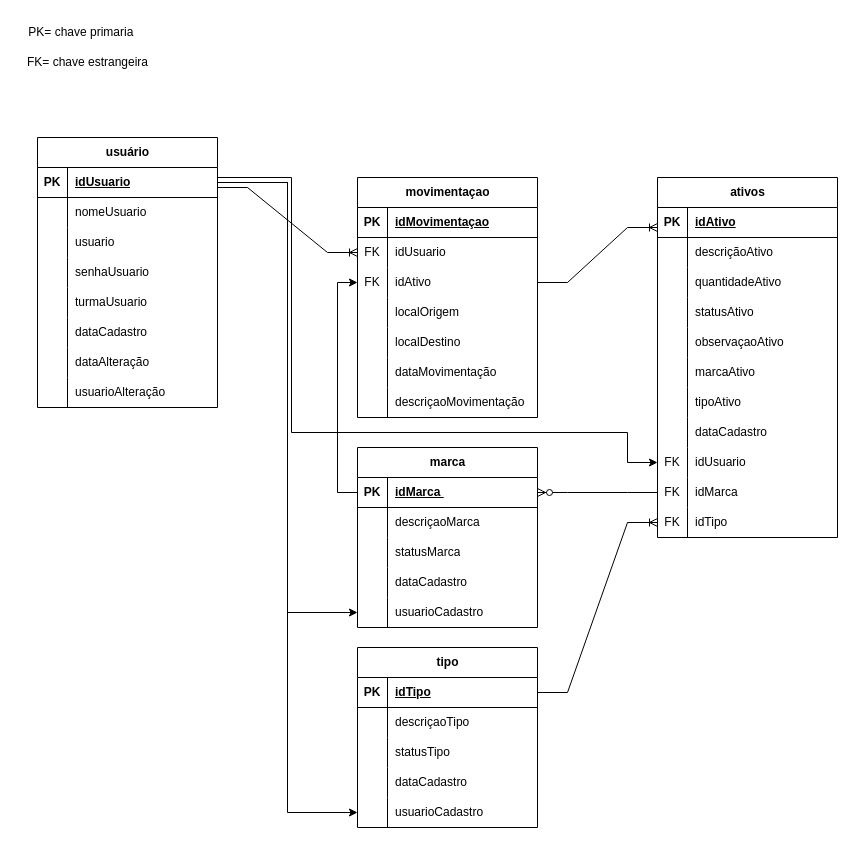
The draw.io diagram fluxogramas/ER_banco de dados (1).drawio in Samuel-Goulart/cadastro.ativos, before the edit. Source tidied: cells renumbered, new cells numbered last; positions are measured from the earlier drawing's top-left corner, leaving out a move shared by most shapes. Both pictures are drawn from the tidied source at 100%, with x=0, y=0 at pixel (17, 17).
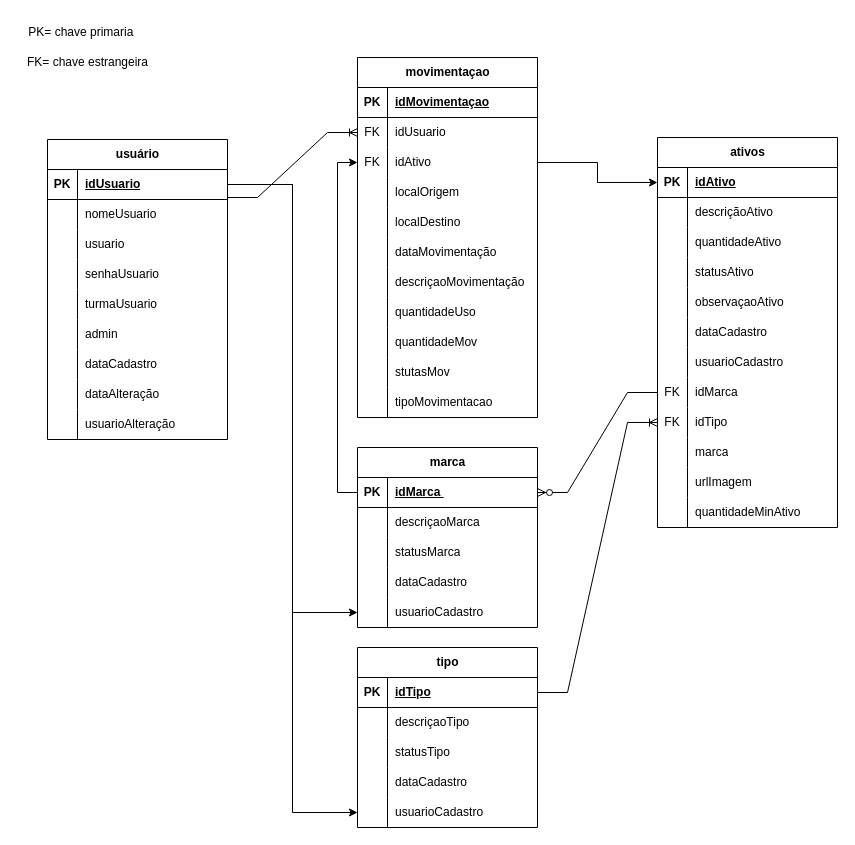
The same diagram, later.

Unchanged cells that the change refers to:
```xml
<mxCell id="3" style="shape=tableRow;horizontal=0;startSize=0;swimlaneHead=0;swimlaneBody=0;fillColor=none;points=[[0,0.5],[1,0.5]];portConstraint=eastwest;top=0;left=0;right=0;bottom=1;" parent="2" vertex="1">
  <mxGeometry y="30" width="180" height="30" as="geometry" />
</mxCell>
<mxCell id="28" style="shape=tableRow;horizontal=0;startSize=0;swimlaneHead=0;swimlaneBody=0;fillColor=none;points=[[0,0.5],[1,0.5]];portConstraint=eastwest;top=0;left=0;right=0;bottom=1;" parent="27" vertex="1">
  <mxGeometry y="30" width="180" height="30" as="geometry" />
</mxCell>
<mxCell id="78" style="shape=tableRow;horizontal=0;startSize=0;swimlaneHead=0;swimlaneBody=0;fillColor=none;points=[[0,0.5],[1,0.5]];portConstraint=eastwest;top=0;left=0;right=0;bottom=1;" parent="77" vertex="1">
  <mxGeometry y="30" width="180" height="30" as="geometry" />
</mxCell>
<mxCell id="97" style="shape=tableRow;horizontal=0;startSize=0;swimlaneHead=0;swimlaneBody=0;fillColor=none;points=[[0,0.5],[1,0.5]];portConstraint=eastwest;top=0;left=0;right=0;bottom=0;" parent="93" vertex="1">
  <mxGeometry y="60" width="180" height="30" as="geometry" />
</mxCell>
<mxCell id="100" style="shape=tableRow;horizontal=0;startSize=0;swimlaneHead=0;swimlaneBody=0;fillColor=none;points=[[0,0.5],[1,0.5]];portConstraint=eastwest;top=0;left=0;right=0;bottom=0;" parent="93" vertex="1">
  <mxGeometry y="90" width="180" height="30" as="geometry" />
</mxCell>
```

What changed in the source:
```diff
@@
     <mxCell id="2" value="usuário" style="shape=table;startSize=30;childLayout=tableLayout;rowLines=0;fontStyle=1;align=center;html=1;" parent="1" vertex="1">
-      <mxGeometry x="20" y="120" width="180" height="270" as="geometry" />
+      <mxGeometry x="30" y="122" width="180" height="300" as="geometry" />
     </mxCell>
@@
+    <mxCell id="125" style="shape=tableRow;horizontal=0;startSize=0;swimlaneHead=0;swimlaneBody=0;fillColor=none;top=0;left=0;right=0;bottom=0;" parent="2" vertex="1">
+      <mxGeometry y="150" width="180" height="30" as="geometry" />
+    </mxCell>
+    <mxCell id="126" style="shape=partialRectangle;fillColor=none;top=0;left=0;bottom=0;right=0;overflow=hidden;whiteSpace=wrap;html=1;" parent="125" vertex="1">
+      <mxGeometry width="30" height="30" as="geometry" />
+    </mxCell>
+    <mxCell id="127" value="turmaUsuario&amp;nbsp;" style="shape=partialRectangle;fillColor=none;top=0;left=0;bottom=0;right=0;align=left;spacingLeft=6;overflow=hidden;whiteSpace=wrap;html=1;" parent="125" vertex="1">
+      <mxGeometry x="30" width="150" height="30" as="geometry" />
+    </mxCell>
     <mxCell id="15" style="shape=tableRow;horizontal=0;startSize=0;swimlaneHead=0;swimlaneBody=0;fillColor=none;top=0;left=0;right=0;bottom=0;" parent="2" vertex="1">
-      <mxGeometry y="150" width="180" height="30" as="geometry" />
+      <mxGeometry y="180" width="180" height="30" as="geometry" />
     </mxCell>
@@
-    <mxCell id="17" value="turmaUsuario&amp;nbsp;" style="shape=partialRectangle;fillColor=none;top=0;left=0;bottom=0;right=0;align=left;spacingLeft=6;overflow=hidden;whiteSpace=wrap;html=1;" parent="15" vertex="1">
+    <mxCell id="17" value="admin" style="shape=partialRectangle;fillColor=none;top=0;left=0;bottom=0;right=0;align=left;spacingLeft=6;overflow=hidden;whiteSpace=wrap;html=1;" parent="15" vertex="1">
       <mxGeometry x="30" width="150" height="30" as="geometry" />
     </mxCell>
     <mxCell id="18" style="shape=tableRow;horizontal=0;startSize=0;swimlaneHead=0;swimlaneBody=0;fillColor=none;top=0;left=0;right=0;bottom=0;" parent="2" vertex="1">
-      <mxGeometry y="180" width="180" height="30" as="geometry" />
+      <mxGeometry y="210" width="180" height="30" as="geometry" />
     </mxCell>
@@
     <mxCell id="21" style="shape=tableRow;horizontal=0;startSize=0;swimlaneHead=0;swimlaneBody=0;fillColor=none;top=0;left=0;right=0;bottom=0;" parent="2" vertex="1">
-      <mxGeometry y="210" width="180" height="30" as="geometry" />
+      <mxGeometry y="240" width="180" height="30" as="geometry" />
     </mxCell>
@@
     <mxCell id="24" style="shape=tableRow;horizontal=0;startSize=0;swimlaneHead=0;swimlaneBody=0;fillColor=none;top=0;left=0;right=0;bottom=0;" parent="2" vertex="1">
-      <mxGeometry y="240" width="180" height="30" as="geometry" />
+      <mxGeometry y="270" width="180" height="30" as="geometry" />
     </mxCell>
@@
     <mxCell id="27" value="ativos" style="shape=table;startSize=30;childLayout=tableLayout;rowLines=0;fontStyle=1;align=center;html=1;" parent="1" vertex="1">
-      <mxGeometry x="640" y="160" width="180" height="360" as="geometry" />
+      <mxGeometry x="640" y="120" width="180" height="390" as="geometry" />
     </mxCell>
@@
+    <mxCell id="128" style="shape=tableRow;horizontal=0;startSize=0;swimlaneHead=0;swimlaneBody=0;fillColor=none;top=0;left=0;right=0;bottom=0;" parent="27" vertex="1">
+      <mxGeometry y="180" width="180" height="30" as="geometry" />
+    </mxCell>
+    <mxCell id="129" style="shape=partialRectangle;fillColor=none;top=0;left=0;bottom=0;right=0;overflow=hidden;whiteSpace=wrap;html=1;" parent="128" vertex="1">
+      <mxGeometry width="30" height="30" as="geometry" />
+    </mxCell>
+    <mxCell id="130" value="dataCadastro" style="shape=partialRectangle;fillColor=none;top=0;left=0;bottom=0;right=0;align=left;spacingLeft=6;overflow=hidden;whiteSpace=wrap;html=1;" parent="128" vertex="1">
+      <mxGeometry x="30" width="150" height="30" as="geometry" />
+    </mxCell>
+    <mxCell id="131" style="shape=tableRow;horizontal=0;startSize=0;swimlaneHead=0;swimlaneBody=0;fillColor=none;top=0;left=0;right=0;bottom=0;" parent="27" vertex="1">
+      <mxGeometry y="210" width="180" height="30" as="geometry" />
+    </mxCell>
+    <mxCell id="132" style="shape=partialRectangle;fillColor=none;top=0;left=0;bottom=0;right=0;overflow=hidden;whiteSpace=wrap;html=1;" parent="131" vertex="1">
+      <mxGeometry width="30" height="30" as="geometry" />
+    </mxCell>
+    <mxCell id="133" value="usuarioCadastro" style="shape=partialRectangle;fillColor=none;top=0;left=0;bottom=0;right=0;align=left;spacingLeft=6;overflow=hidden;whiteSpace=wrap;html=1;" parent="131" vertex="1">
+      <mxGeometry x="30" width="150" height="30" as="geometry" />
+    </mxCell>
+    <mxCell id="55" style="shape=tableRow;horizontal=0;startSize=0;swimlaneHead=0;swimlaneBody=0;fillColor=none;points=[[0,0.5],[1,0.5]];portConstraint=eastwest;top=0;left=0;right=0;bottom=0;" parent="27" vertex="1">
+      <mxGeometry y="240" width="180" height="30" as="geometry" />
+    </mxCell>
+    <mxCell id="56" value="FK" style="shape=partialRectangle;fillColor=none;top=0;left=0;bottom=0;right=0;overflow=hidden;whiteSpace=wrap;html=1;" parent="55" vertex="1">
+      <mxGeometry width="30" height="30" as="geometry" />
+    </mxCell>
+    <mxCell id="57" value="idMarca" style="shape=partialRectangle;fillColor=none;top=0;left=0;bottom=0;right=0;align=left;spacingLeft=6;overflow=hidden;whiteSpace=wrap;html=1;" parent="55" vertex="1">
+      <mxGeometry x="30" width="150" height="30" as="geometry" />
+    </mxCell>
+    <mxCell id="58" style="shape=tableRow;horizontal=0;startSize=0;swimlaneHead=0;swimlaneBody=0;fillColor=none;points=[[0,0.5],[1,0.5]];portConstraint=eastwest;top=0;left=0;right=0;bottom=0;" parent="27" vertex="1">
+      <mxGeometry y="270" width="180" height="30" as="geometry" />
+    </mxCell>
+    <mxCell id="59" value="FK" style="shape=partialRectangle;fillColor=none;top=0;left=0;bottom=0;right=0;overflow=hidden;whiteSpace=wrap;html=1;" parent="58" vertex="1">
+      <mxGeometry width="30" height="30" as="geometry" />
+    </mxCell>
+    <mxCell id="60" value="idTipo" style="shape=partialRectangle;fillColor=none;top=0;left=0;bottom=0;right=0;align=left;spacingLeft=6;overflow=hidden;whiteSpace=wrap;html=1;" parent="58" vertex="1">
+      <mxGeometry x="30" width="150" height="30" as="geometry" />
+    </mxCell>
     <mxCell id="43" style="shape=tableRow;horizontal=0;startSize=0;swimlaneHead=0;swimlaneBody=0;fillColor=none;top=0;left=0;right=0;bottom=0;" parent="27" vertex="1">
-      <mxGeometry y="180" width="180" height="30" as="geometry" />
+      <mxGeometry y="300" width="180" height="30" as="geometry" />
     </mxCell>
@@
-    <mxCell id="45" value="marcaAtivo" style="shape=partialRectangle;fillColor=none;top=0;left=0;bottom=0;right=0;align=left;spacingLeft=6;overflow=hidden;whiteSpace=wrap;html=1;" parent="43" vertex="1">
+    <mxCell id="45" value="marca" style="shape=partialRectangle;fillColor=none;top=0;left=0;bottom=0;right=0;align=left;spacingLeft=6;overflow=hidden;whiteSpace=wrap;html=1;" parent="43" vertex="1">
       <mxGeometry x="30" width="150" height="30" as="geometry" />
     </mxCell>
     <mxCell id="46" style="shape=tableRow;horizontal=0;startSize=0;swimlaneHead=0;swimlaneBody=0;fillColor=none;top=0;left=0;right=0;bottom=0;" parent="27" vertex="1">
-      <mxGeometry y="210" width="180" height="30" as="geometry" />
+      <mxGeometry y="330" width="180" height="30" as="geometry" />
     </mxCell>
@@
-    <mxCell id="48" value="tipoAtivo" style="shape=partialRectangle;fillColor=none;top=0;left=0;bottom=0;right=0;align=left;spacingLeft=6;overflow=hidden;whiteSpace=wrap;html=1;" parent="46" vertex="1">
+    <mxCell id="48" value="urlImagem" style="shape=partialRectangle;fillColor=none;top=0;left=0;bottom=0;right=0;align=left;spacingLeft=6;overflow=hidden;whiteSpace=wrap;html=1;" parent="46" vertex="1">
       <mxGeometry x="30" width="150" height="30" as="geometry" />
     </mxCell>
     <mxCell id="49" style="shape=tableRow;horizontal=0;startSize=0;swimlaneHead=0;swimlaneBody=0;fillColor=none;top=0;left=0;right=0;bottom=0;" parent="27" vertex="1">
-      <mxGeometry y="240" width="180" height="30" as="geometry" />
+      <mxGeometry y="360" width="180" height="30" as="geometry" />
     </mxCell>
@@
-    <mxCell id="51" value="dataCadastro" style="shape=partialRectangle;fillColor=none;top=0;left=0;bottom=0;right=0;align=left;spacingLeft=6;overflow=hidden;whiteSpace=wrap;html=1;" parent="49" vertex="1">
+    <mxCell id="51" value="quantidadeMinAtivo" style="shape=partialRectangle;fillColor=none;top=0;left=0;bottom=0;right=0;align=left;spacingLeft=6;overflow=hidden;whiteSpace=wrap;html=1;" parent="49" vertex="1">
       <mxGeometry x="30" width="150" height="30" as="geometry" />
     </mxCell>
-    <mxCell id="52" style="shape=tableRow;horizontal=0;startSize=0;swimlaneHead=0;swimlaneBody=0;fillColor=none;points=[[0,0.5],[1,0.5]];portConstraint=eastwest;top=0;left=0;right=0;bottom=0;" parent="27" vertex="1">
-      <mxGeometry y="270" width="180" height="30" as="geometry" />
-    </mxCell>
-    <mxCell id="53" value="FK" style="shape=partialRectangle;fillColor=none;top=0;left=0;bottom=0;right=0;overflow=hidden;whiteSpace=wrap;html=1;" parent="52" vertex="1">
-      <mxGeometry width="30" height="30" as="geometry" />
-    </mxCell>
-    <mxCell id="54" value="idUsuario" style="shape=partialRectangle;fillColor=none;top=0;left=0;bottom=0;right=0;align=left;spacingLeft=6;overflow=hidden;whiteSpace=wrap;html=1;" parent="52" vertex="1">
-      <mxGeometry x="30" width="150" height="30" as="geometry" />
-    </mxCell>
-    <mxCell id="55" style="shape=tableRow;horizontal=0;startSize=0;swimlaneHead=0;swimlaneBody=0;fillColor=none;points=[[0,0.5],[1,0.5]];portConstraint=eastwest;top=0;left=0;right=0;bottom=0;" parent="27" vertex="1">
-      <mxGeometry y="300" width="180" height="30" as="geometry" />
-    </mxCell>
-    <mxCell id="56" value="FK" style="shape=partialRectangle;fillColor=none;top=0;left=0;bottom=0;right=0;overflow=hidden;whiteSpace=wrap;html=1;" parent="55" vertex="1">
-      <mxGeometry width="30" height="30" as="geometry" />
-    </mxCell>
-    <mxCell id="57" value="idMarca" style="shape=partialRectangle;fillColor=none;top=0;left=0;bottom=0;right=0;align=left;spacingLeft=6;overflow=hidden;whiteSpace=wrap;html=1;" parent="55" vertex="1">
-      <mxGeometry x="30" width="150" height="30" as="geometry" />
-    </mxCell>
-    <mxCell id="58" style="shape=tableRow;horizontal=0;startSize=0;swimlaneHead=0;swimlaneBody=0;fillColor=none;points=[[0,0.5],[1,0.5]];portConstraint=eastwest;top=0;left=0;right=0;bottom=0;" parent="27" vertex="1">
-      <mxGeometry y="330" width="180" height="30" as="geometry" />
-    </mxCell>
-    <mxCell id="59" value="FK" style="shape=partialRectangle;fillColor=none;top=0;left=0;bottom=0;right=0;overflow=hidden;whiteSpace=wrap;html=1;" parent="58" vertex="1">
-      <mxGeometry width="30" height="30" as="geometry" />
-    </mxCell>
-    <mxCell id="60" value="idTipo" style="shape=partialRectangle;fillColor=none;top=0;left=0;bottom=0;right=0;align=left;spacingLeft=6;overflow=hidden;whiteSpace=wrap;html=1;" parent="58" vertex="1">
-      <mxGeometry x="30" width="150" height="30" as="geometry" />
-    </mxCell>
@@
     <mxCell id="93" value="movimentaçao" style="shape=table;startSize=30;childLayout=tableLayout;rowLines=0;fontStyle=1;align=center;html=1;" parent="1" vertex="1">
-      <mxGeometry x="340" y="160" width="180" height="240" as="geometry" />
+      <mxGeometry x="340" y="40" width="180" height="360" as="geometry" />
     </mxCell>
@@
+    <mxCell id="134" style="shape=tableRow;horizontal=0;startSize=0;swimlaneHead=0;swimlaneBody=0;fillColor=none;top=0;left=0;right=0;bottom=0;" parent="93" vertex="1">
+      <mxGeometry y="240" width="180" height="30" as="geometry" />
+    </mxCell>
+    <mxCell id="135" style="shape=partialRectangle;fillColor=none;top=0;left=0;bottom=0;right=0;overflow=hidden;whiteSpace=wrap;html=1;" parent="134" vertex="1">
+      <mxGeometry width="30" height="30" as="geometry" />
+    </mxCell>
+    <mxCell id="136" value="quantidadeUso" style="shape=partialRectangle;fillColor=none;top=0;left=0;bottom=0;right=0;align=left;spacingLeft=6;overflow=hidden;whiteSpace=wrap;html=1;" parent="134" vertex="1">
+      <mxGeometry x="30" width="150" height="30" as="geometry" />
+    </mxCell>
+    <mxCell id="52" style="shape=tableRow;horizontal=0;startSize=0;swimlaneHead=0;swimlaneBody=0;fillColor=none;points=[[0,0.5],[1,0.5]];portConstraint=eastwest;top=0;left=0;right=0;bottom=0;" parent="93" vertex="1">
+      <mxGeometry y="270" width="180" height="30" as="geometry" />
+    </mxCell>
+    <mxCell id="137" style="shape=partialRectangle;fillColor=none;top=0;left=0;bottom=0;right=0;overflow=hidden;whiteSpace=wrap;html=1;" parent="52" vertex="1">
+      <mxGeometry width="30" height="30" as="geometry" />
+    </mxCell>
+    <mxCell id="138" value="quantidadeMov" style="shape=partialRectangle;fillColor=none;top=0;left=0;bottom=0;right=0;align=left;spacingLeft=6;overflow=hidden;whiteSpace=wrap;html=1;" parent="52" vertex="1">
+      <mxGeometry x="30" width="150" height="30" as="geometry" />
+    </mxCell>
+    <mxCell id="139" style="shape=tableRow;horizontal=0;startSize=0;swimlaneHead=0;swimlaneBody=0;fillColor=none;top=0;left=0;right=0;bottom=0;" parent="93" vertex="1">
+      <mxGeometry y="300" width="180" height="30" as="geometry" />
+    </mxCell>
+    <mxCell id="140" style="shape=partialRectangle;fillColor=none;top=0;left=0;bottom=0;right=0;overflow=hidden;whiteSpace=wrap;html=1;" parent="139" vertex="1">
+      <mxGeometry width="30" height="30" as="geometry" />
+    </mxCell>
+    <mxCell id="141" value="stutasMov" style="shape=partialRectangle;fillColor=none;top=0;left=0;bottom=0;right=0;align=left;spacingLeft=6;overflow=hidden;whiteSpace=wrap;html=1;" parent="139" vertex="1">
+      <mxGeometry x="30" width="150" height="30" as="geometry" />
+    </mxCell>
+    <mxCell id="142" style="shape=tableRow;horizontal=0;startSize=0;swimlaneHead=0;swimlaneBody=0;fillColor=none;top=0;left=0;right=0;bottom=0;" parent="93" vertex="1">
+      <mxGeometry y="330" width="180" height="30" as="geometry" />
+    </mxCell>
+    <mxCell id="143" style="shape=partialRectangle;fillColor=none;top=0;left=0;bottom=0;right=0;overflow=hidden;whiteSpace=wrap;html=1;" parent="142" vertex="1">
+      <mxGeometry width="30" height="30" as="geometry" />
+    </mxCell>
+    <mxCell id="144" value="tipoMovimentacao" style="shape=partialRectangle;fillColor=none;top=0;left=0;bottom=0;right=0;align=left;spacingLeft=6;overflow=hidden;whiteSpace=wrap;html=1;" parent="142" vertex="1">
+      <mxGeometry x="30" width="150" height="30" as="geometry" />
+    </mxCell>
@@
     <mxCell id="117" style="edgeStyle=entityRelationEdgeStyle;fontSize=12;html=1;endArrow=ERoneToMany;rounded=0;entryX=0;entryY=0.5;entryDx=0;entryDy=0;" parent="1" edge="1" target="97">
       <mxGeometry relative="1" as="geometry">
-        <mxPoint x="200" y="170" as="sourcePoint" />
+        <mxPoint x="210" y="180" as="sourcePoint" />
         <Array as="points">
-          <mxPoint x="220" y="180" />
+          <mxPoint x="230" y="190" />
         </Array>
       </mxGeometry>
     </mxCell>
-    <mxCell id="118" style="edgeStyle=entityRelationEdgeStyle;fontSize=12;html=1;endArrow=ERoneToMany;rounded=0;entryX=0;entryY=0.5;entryDx=0;entryDy=0;" parent="1" edge="1">
-      <mxGeometry relative="1" as="geometry">
-        <mxPoint x="520" y="265" as="sourcePoint" />
-        <mxPoint x="640" y="210" as="targetPoint" />
-      </mxGeometry>
-    </mxCell>
@@
     <mxCell id="120" style="edgeStyle=entityRelationEdgeStyle;fontSize=12;html=1;endArrow=ERoneToMany;rounded=0;entryX=0;entryY=0.5;entryDx=0;entryDy=0;exitX=1;exitY=0.5;exitDx=0;exitDy=0;" parent="1" edge="1" source="78" target="58">
       <mxGeometry relative="1" as="geometry">
         <Array as="points">
-          <mxPoint x="560" y="595" />
-          <mxPoint x="580" y="620" />
+          <mxPoint x="570" y="605" />
+          <mxPoint x="590" y="630" />
         </Array>
       </mxGeometry>
     </mxCell>
-    <mxCell id="121" style="edgeStyle=orthogonalEdgeStyle;rounded=0;jettySize=auto;html=1;entryX=0;entryY=0.5;entryDx=0;entryDy=0;exitX=1;exitY=0.5;exitDx=0;exitDy=0;" parent="1" edge="1" source="3" target="52">
-      <mxGeometry relative="1" as="geometry">
-        <Array as="points">
-          <mxPoint x="200" y="160" />
-          <mxPoint x="274" y="160" />
-          <mxPoint x="274" y="415" />
-          <mxPoint x="610" y="415" />
-          <mxPoint x="610" y="445" />
-        </Array>
-      </mxGeometry>
-    </mxCell>
@@
+    <mxCell id="145" style="edgeStyle=orthogonalEdgeStyle;rounded=0;jettySize=auto;html=1;entryX=0;entryY=0.5;entryDx=0;entryDy=0;" parent="1" edge="1" source="100" target="28">
+      <mxGeometry relative="1" as="geometry" />
+    </mxCell>
```
